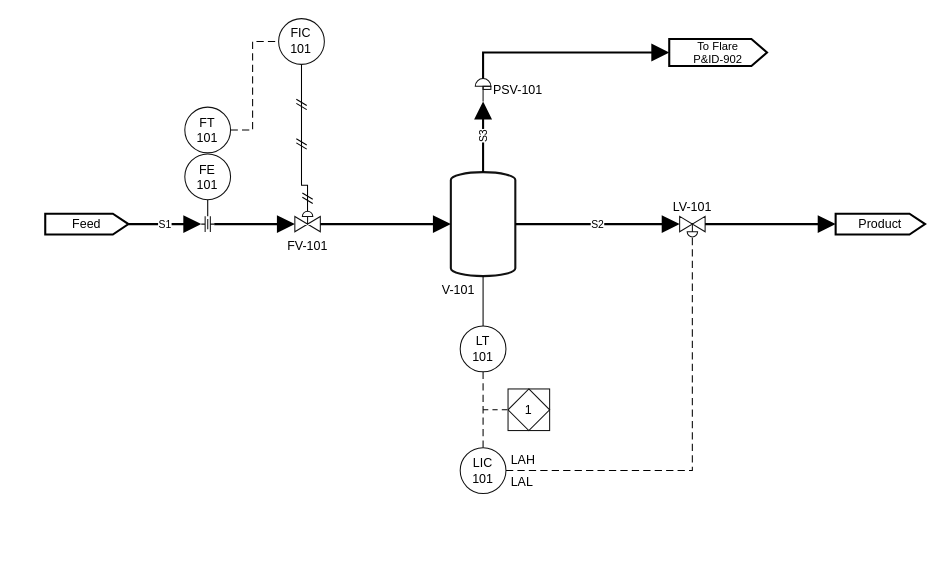
The draw.io diagram drawio-samples/04_control_loop.drawio in Alpha9463/pandid, before the edit. Source tidied: cells renumbered, new cells numbered last; positions are measured from the earlier drawing's top-left corner, leaving out a move shared by most shapes. Both pictures are drawn from the tidied source at 104%, with x=0, y=0 at pixel (45, 18).
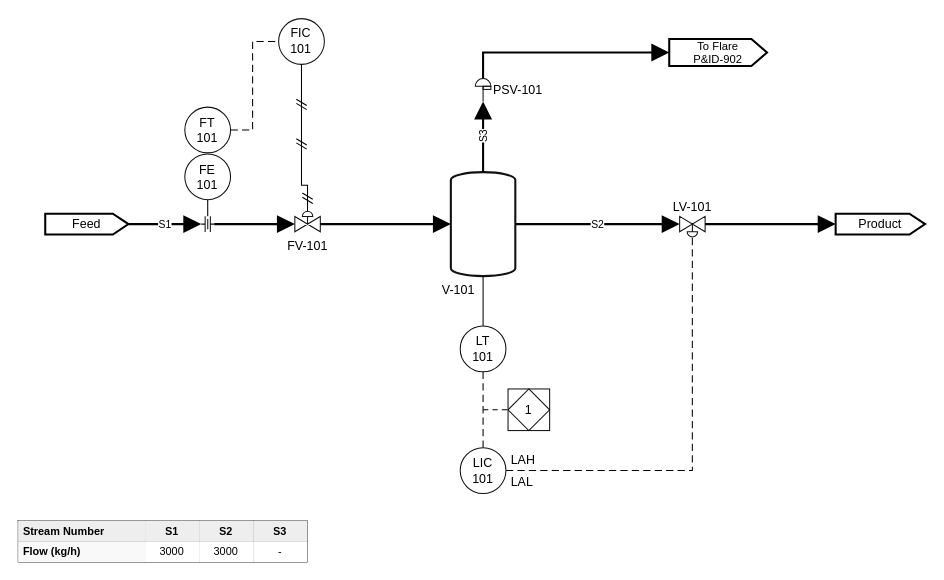
After the change.

Commit message (it also covers changes not shown here):
fix(examples): tabulate the control-loop demo's boundary streams

Diff of the diagram source:
```diff
@@
+    <mxCell id="39" style="shape=table;childLayout=tableLayout;fixedHeader=1;html=1;whiteSpace=wrap;align=center;verticalAlign=middle;fontStyle=1;strokeColor=#111;fillColor=none;startSize=0;fontSize=10.5;strokeWidth=0.75;" parent="1" vertex="1">
+      <mxGeometry x="-26" y="483" width="278" height="40" as="geometry" />
+    </mxCell>
+    <mxCell id="40" style="shape=tableRow;horizontal=0;startSize=0;swimlaneHead=0;swimlaneBody=0;strokeColor=inherit;fillColor=none;fixedHeader=1;top=0;left=0;right=0;bottom=0;" parent="39" vertex="1">
+      <mxGeometry width="278" height="20" as="geometry" />
+    </mxCell>
+    <mxCell id="41" value="Stream Number" style="shape=partialRectangle;html=1;whiteSpace=wrap;strokeColor=inherit;overflow=hidden;top=0;left=0;bottom=0;right=0;fontSize=10.5;fillColor=#eeeeee;align=left;spacingLeft=3;fontStyle=1;" parent="40" vertex="1">
+      <mxGeometry width="122" height="20" as="geometry" />
+    </mxCell>
+    <mxCell id="42" value="S1" style="shape=partialRectangle;html=1;whiteSpace=wrap;strokeColor=inherit;overflow=hidden;top=0;left=0;bottom=0;right=0;fontSize=10.5;fillColor=#eeeeee;align=center;fontStyle=1;" parent="40" vertex="1">
+      <mxGeometry x="122" width="52" height="20" as="geometry" />
+    </mxCell>
+    <mxCell id="43" value="S2" style="shape=partialRectangle;html=1;whiteSpace=wrap;strokeColor=inherit;overflow=hidden;top=0;left=0;bottom=0;right=0;fontSize=10.5;fillColor=#eeeeee;align=center;fontStyle=1;" parent="40" vertex="1">
+      <mxGeometry x="174" width="52" height="20" as="geometry" />
+    </mxCell>
+    <mxCell id="44" value="S3" style="shape=partialRectangle;html=1;whiteSpace=wrap;strokeColor=inherit;overflow=hidden;top=0;left=0;bottom=0;right=0;fontSize=10.5;fillColor=#eeeeee;align=center;fontStyle=1;" parent="40" vertex="1">
+      <mxGeometry x="226" width="52" height="20" as="geometry" />
+    </mxCell>
+    <mxCell id="45" style="shape=tableRow;horizontal=0;startSize=0;swimlaneHead=0;swimlaneBody=0;strokeColor=inherit;fillColor=none;fixedHeader=1;top=0;left=0;right=0;bottom=0;" parent="39" vertex="1">
+      <mxGeometry y="20" width="278" height="20" as="geometry" />
+    </mxCell>
+    <mxCell id="46" value="Flow (kg/h)" style="shape=partialRectangle;html=1;whiteSpace=wrap;strokeColor=inherit;overflow=hidden;top=0;left=0;bottom=0;right=0;fontSize=10.5;fillColor=#f9f9f9;align=left;spacingLeft=3;fontStyle=1;" parent="45" vertex="1">
+      <mxGeometry width="122" height="20" as="geometry" />
+    </mxCell>
+    <mxCell id="47" value="3000" style="shape=partialRectangle;html=1;whiteSpace=wrap;strokeColor=inherit;overflow=hidden;top=0;left=0;bottom=0;right=0;fontSize=10.5;fillColor=#ffffff;align=center;" parent="45" vertex="1">
+      <mxGeometry x="122" width="52" height="20" as="geometry" />
+    </mxCell>
+    <mxCell id="48" value="3000" style="shape=partialRectangle;html=1;whiteSpace=wrap;strokeColor=inherit;overflow=hidden;top=0;left=0;bottom=0;right=0;fontSize=10.5;fillColor=#ffffff;align=center;" parent="45" vertex="1">
+      <mxGeometry x="174" width="52" height="20" as="geometry" />
+    </mxCell>
+    <mxCell id="49" value="-" style="shape=partialRectangle;html=1;whiteSpace=wrap;strokeColor=inherit;overflow=hidden;top=0;left=0;bottom=0;right=0;fontSize=10.5;fillColor=#ffffff;align=center;" parent="45" vertex="1">
+      <mxGeometry x="226" width="52" height="20" as="geometry" />
+    </mxCell>
```
